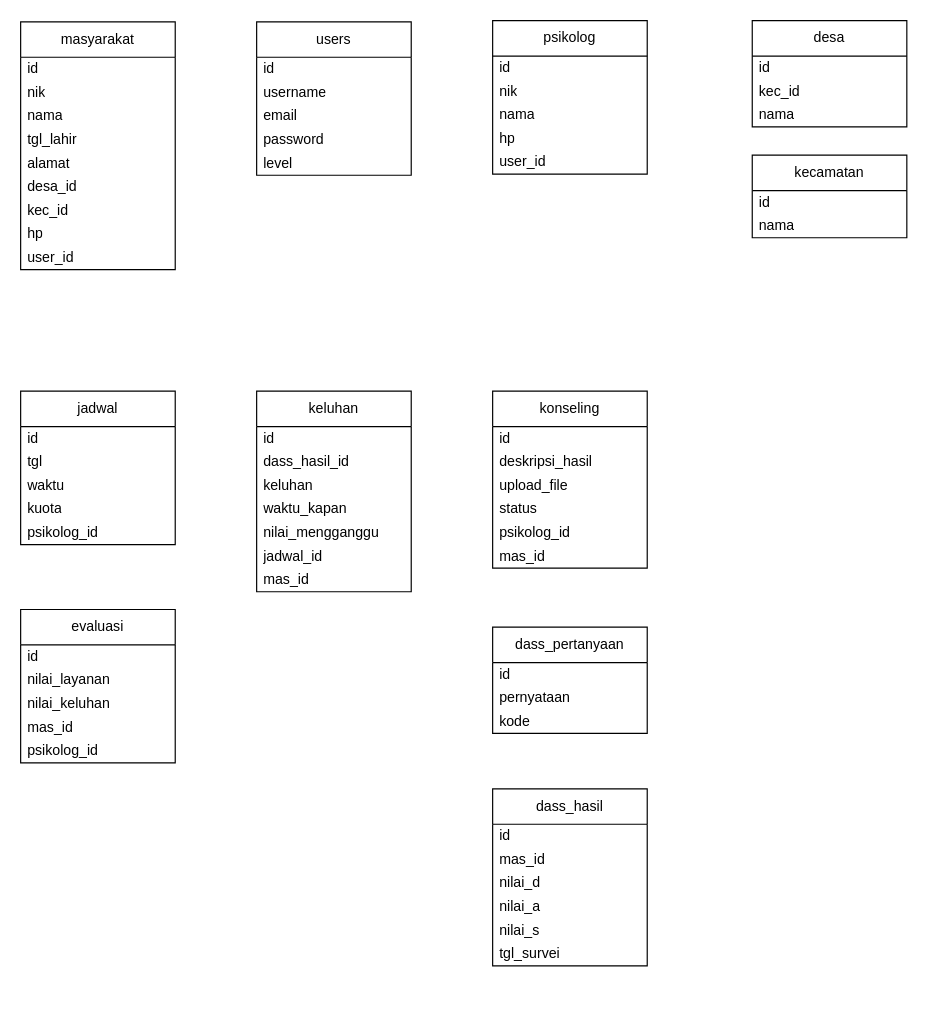
The draw.io diagram env_designs/erd_dmb.drawio in zeneight/drawio, before the edit. Source tidied: cells renumbered, new cells numbered last; positions are measured from the earlier drawing's top-left corner, leaving out a move shared by most shapes. Both pictures are drawn from the tidied source at 118%, with x=0, y=0 at pixel (20, 20).
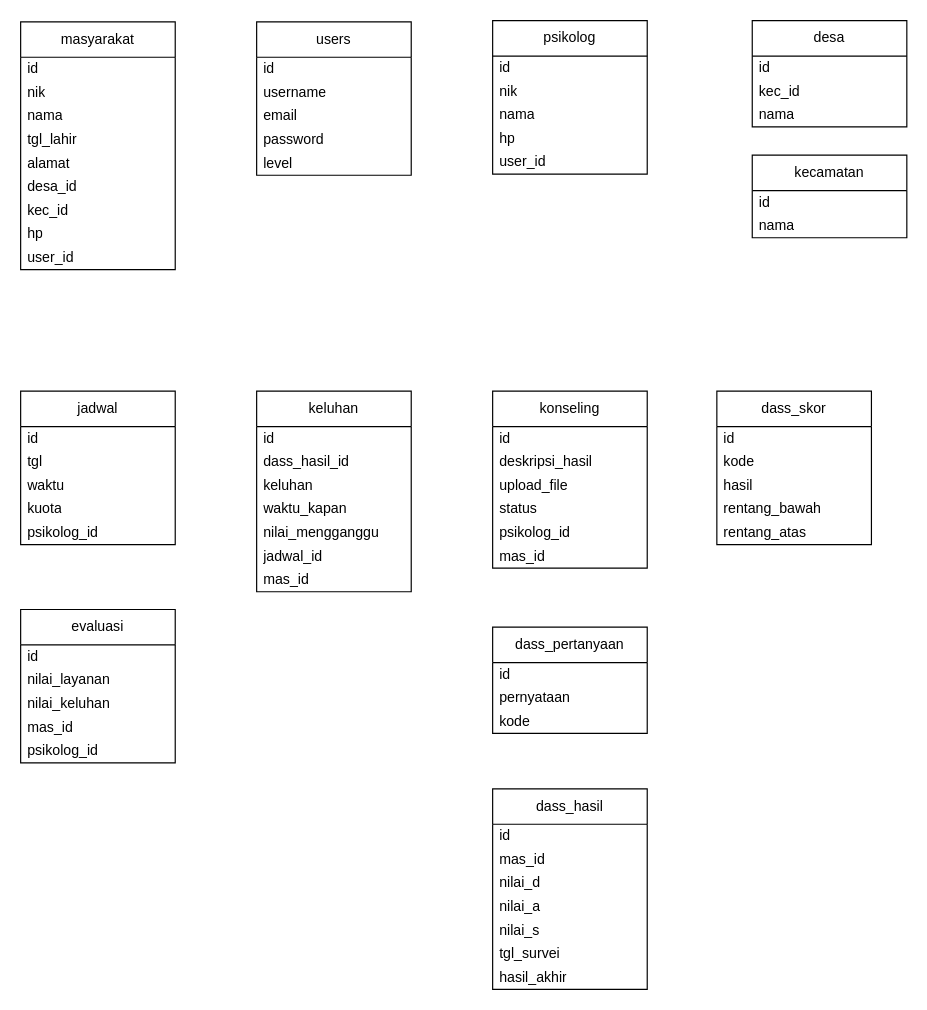
Above is the later version.

The edit, as a diff of the source:
```diff
@@
     <mxCell id="55" value="dass_hasil" style="swimlane;fontStyle=0;horizontal=1;startSize=30;whiteSpace=wrap;html=1;" parent="1" vertex="1">
-      <mxGeometry x="400" y="651" width="131" height="150" as="geometry" />
+      <mxGeometry x="400" y="651" width="131" height="170" as="geometry" />
     </mxCell>
@@
+    <mxCell id="69" value="hasil_akhir" style="text;strokeColor=none;fillColor=none;align=left;verticalAlign=middle;spacingLeft=4;spacingRight=4;overflow=hidden;whiteSpace=wrap;html=1;" parent="55" vertex="1">
+      <mxGeometry y="150" width="131" height="20" as="geometry" />
+    </mxCell>
@@
+    <mxCell id="70" value="dass_skor" style="swimlane;fontStyle=0;horizontal=1;startSize=30;whiteSpace=wrap;html=1;" parent="1" vertex="1">
+      <mxGeometry x="590" y="314" width="131" height="130" as="geometry" />
+    </mxCell>
+    <mxCell id="71" value="id" style="text;strokeColor=none;fillColor=none;align=left;verticalAlign=middle;spacingLeft=4;spacingRight=4;overflow=hidden;whiteSpace=wrap;html=1;" parent="70" vertex="1">
+      <mxGeometry y="30" width="131" height="20" as="geometry" />
+    </mxCell>
+    <mxCell id="72" value="&lt;div&gt;kode&lt;/div&gt;" style="text;strokeColor=none;fillColor=none;align=left;verticalAlign=middle;spacingLeft=4;spacingRight=4;overflow=hidden;whiteSpace=wrap;html=1;" parent="70" vertex="1">
+      <mxGeometry y="50" width="131" height="20" as="geometry" />
+    </mxCell>
+    <mxCell id="73" value="hasil" style="text;strokeColor=none;fillColor=none;align=left;verticalAlign=middle;spacingLeft=4;spacingRight=4;overflow=hidden;whiteSpace=wrap;html=1;" parent="70" vertex="1">
+      <mxGeometry y="70" width="131" height="20" as="geometry" />
+    </mxCell>
+    <mxCell id="74" value="rentang_bawah" style="text;strokeColor=none;fillColor=none;align=left;verticalAlign=middle;spacingLeft=4;spacingRight=4;overflow=hidden;whiteSpace=wrap;html=1;" parent="70" vertex="1">
+      <mxGeometry y="90" width="131" height="20" as="geometry" />
+    </mxCell>
+    <mxCell id="75" value="rentang_atas" style="text;strokeColor=none;fillColor=none;align=left;verticalAlign=middle;spacingLeft=4;spacingRight=4;overflow=hidden;whiteSpace=wrap;html=1;" parent="70" vertex="1">
+      <mxGeometry y="110" width="131" height="20" as="geometry" />
+    </mxCell>
```
